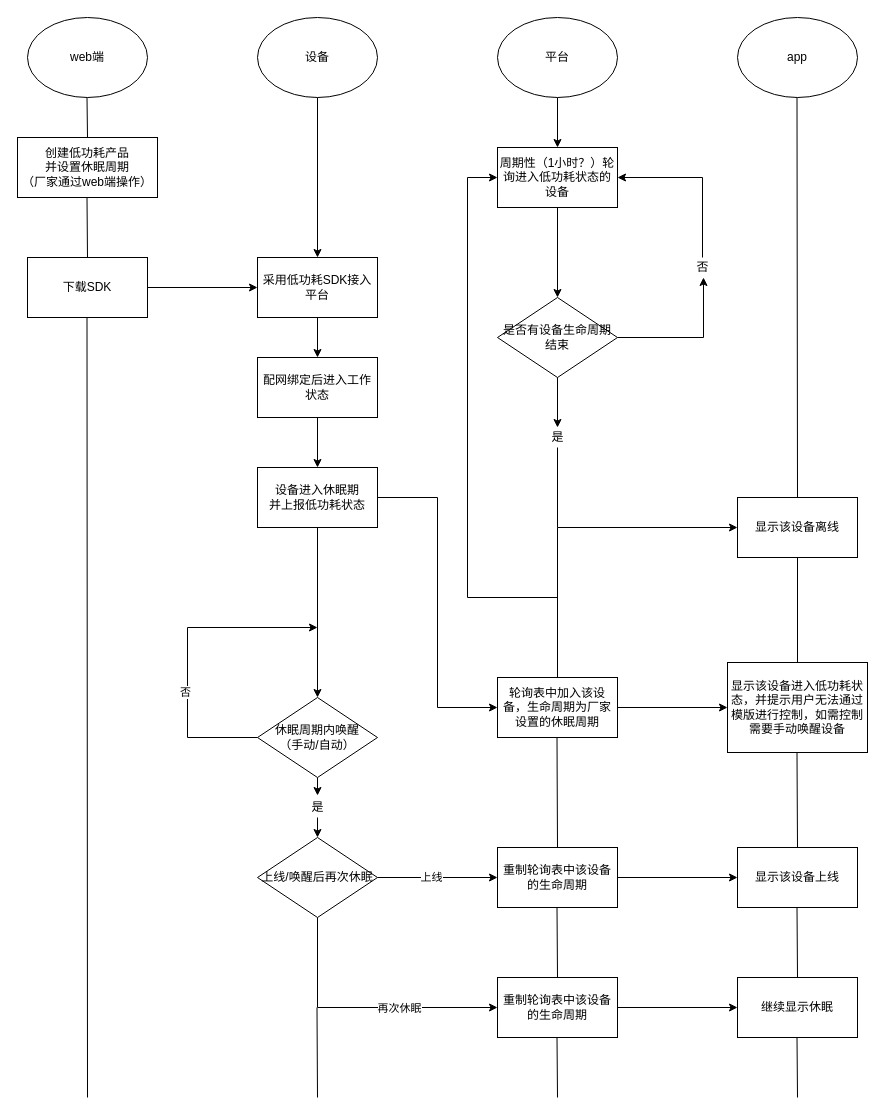
Above: Untitled Diagram.drawio in DcBunny/experience-summary (draw.io), before the change. Source tidied: cells renumbered, new cells numbered last; positions are measured from the earlier drawing's top-left corner, leaving out a move shared by most shapes. Both pictures are drawn from the tidied source at 100%, with x=0, y=0 at pixel (17, 17).
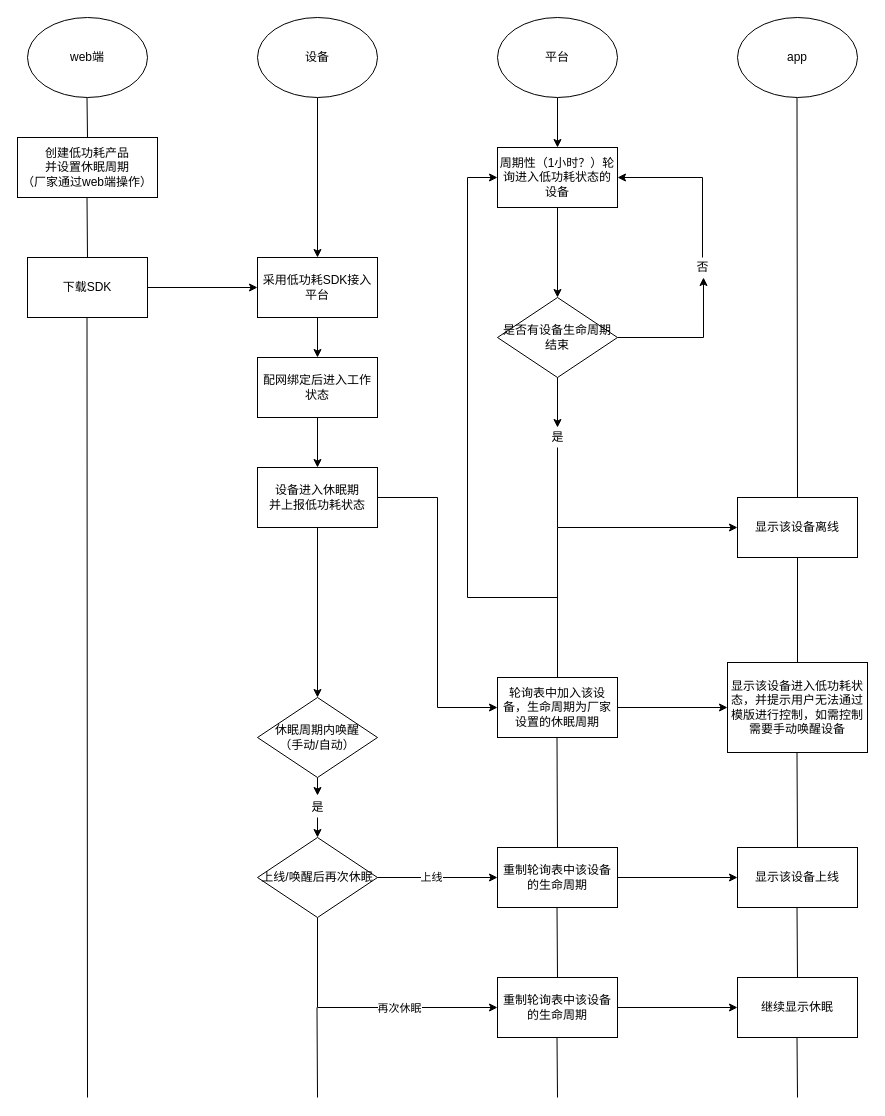
The same diagram, later.

Unchanged cells that the change refers to:
```xml
<mxCell id="20" value="休眠周期内唤醒&lt;br&gt;（手动/自动）" style="rhombus;whiteSpace=wrap;html=1;" parent="1" vertex="1">
  <mxGeometry x="240" y="680" width="120" height="80" as="geometry" />
</mxCell>
```

The edit, as a diff of the source:
```diff
@@
-    <mxCell id="18" style="edgeStyle=none;rounded=0;jettySize=auto;html=1;exitX=0;exitY=0.5;exitDx=0;exitDy=0;" parent="1" edge="1" source="20">
-      <mxGeometry relative="1" as="geometry">
-        <mxPoint x="300" y="610" as="targetPoint" />
-        <Array as="points">
-          <mxPoint x="170" y="720" />
-          <mxPoint x="170" y="610" />
-        </Array>
-      </mxGeometry>
-    </mxCell>
-    <mxCell id="19" value="否" style="edgeLabel;html=1;align=center;verticalAlign=middle;" parent="18" vertex="1">
-      <mxGeometry x="-0.25" y="3" relative="1" as="geometry" />
-    </mxCell>
```
